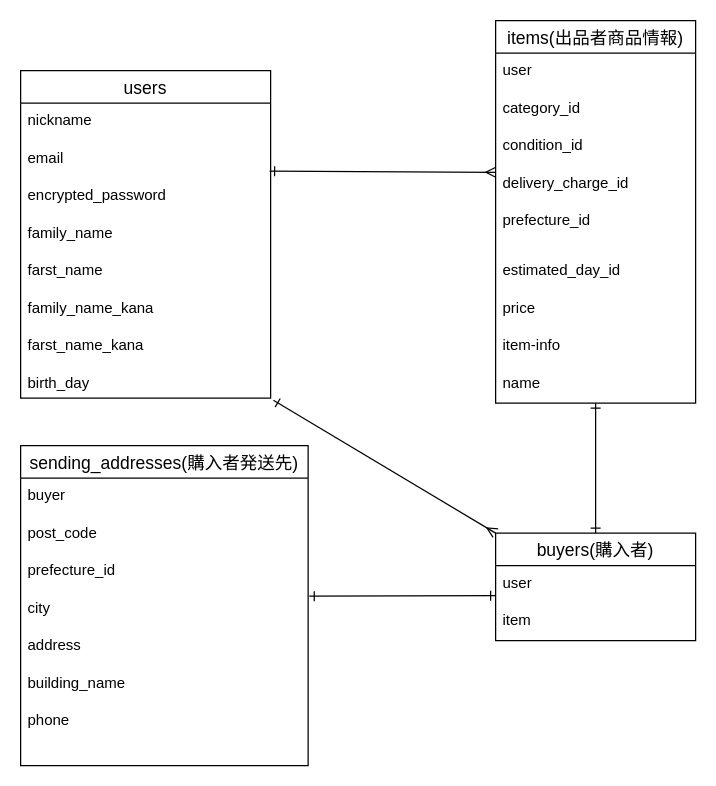
tsukasakaiko/furima-37303 keeps this draw.io diagram as furima.dio. Above is the earlier version. Source tidied: cells renumbered, new cells numbered last; positions are measured from the earlier drawing's top-left corner, leaving out a move shared by most shapes. Both pictures are drawn from the tidied source at 125%, with x=0, y=0 at pixel (20, 20).
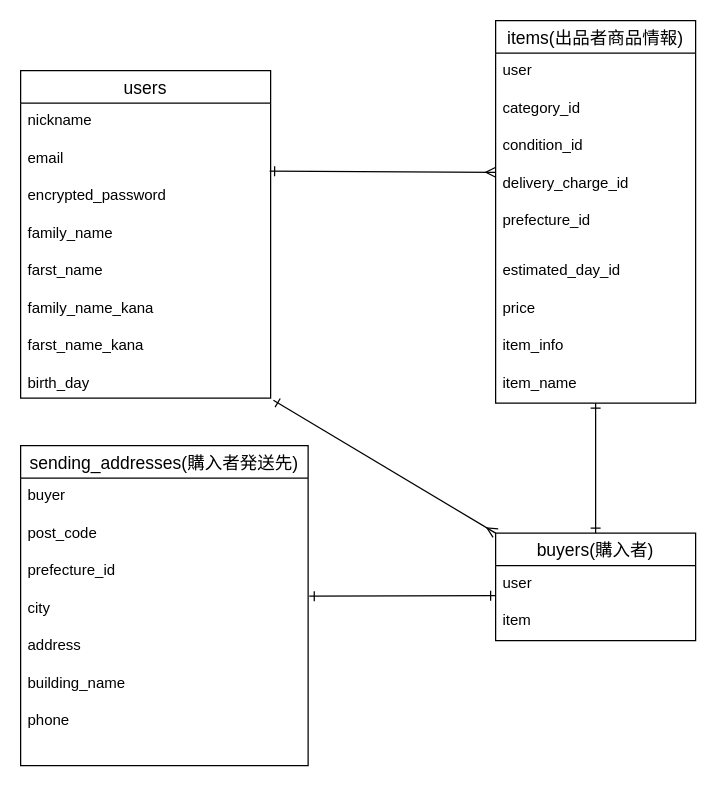
The same diagram, later.

The change refers to these unchanged cells:
```xml
<mxCell id="20" value="items(出品者商品情報)" style="swimlane;fontStyle=0;horizontal=1;startSize=26;align=center;fontSize=14;" parent="1" vertex="1">
  <mxGeometry x="380" width="160" height="306" as="geometry" />
</mxCell>
```

What changed in the source:
```diff
@@
-    <mxCell id="28" value="item-info" style="text;strokeColor=none;fillColor=none;spacingLeft=4;spacingRight=4;overflow=hidden;fontSize=12;" parent="20" vertex="1">
+    <mxCell id="28" value="item_info" style="text;strokeColor=none;fillColor=none;spacingLeft=4;spacingRight=4;overflow=hidden;fontSize=12;" parent="20" vertex="1">
       <mxGeometry y="246" width="160" height="30" as="geometry" />
     </mxCell>
-    <mxCell id="29" value="name" style="text;strokeColor=none;fillColor=none;spacingLeft=4;spacingRight=4;overflow=hidden;fontSize=12;" parent="20" vertex="1">
+    <mxCell id="29" value="item_name" style="text;strokeColor=none;fillColor=none;spacingLeft=4;spacingRight=4;overflow=hidden;fontSize=12;" parent="20" vertex="1">
       <mxGeometry y="276" width="160" height="30" as="geometry" />
     </mxCell>
```
